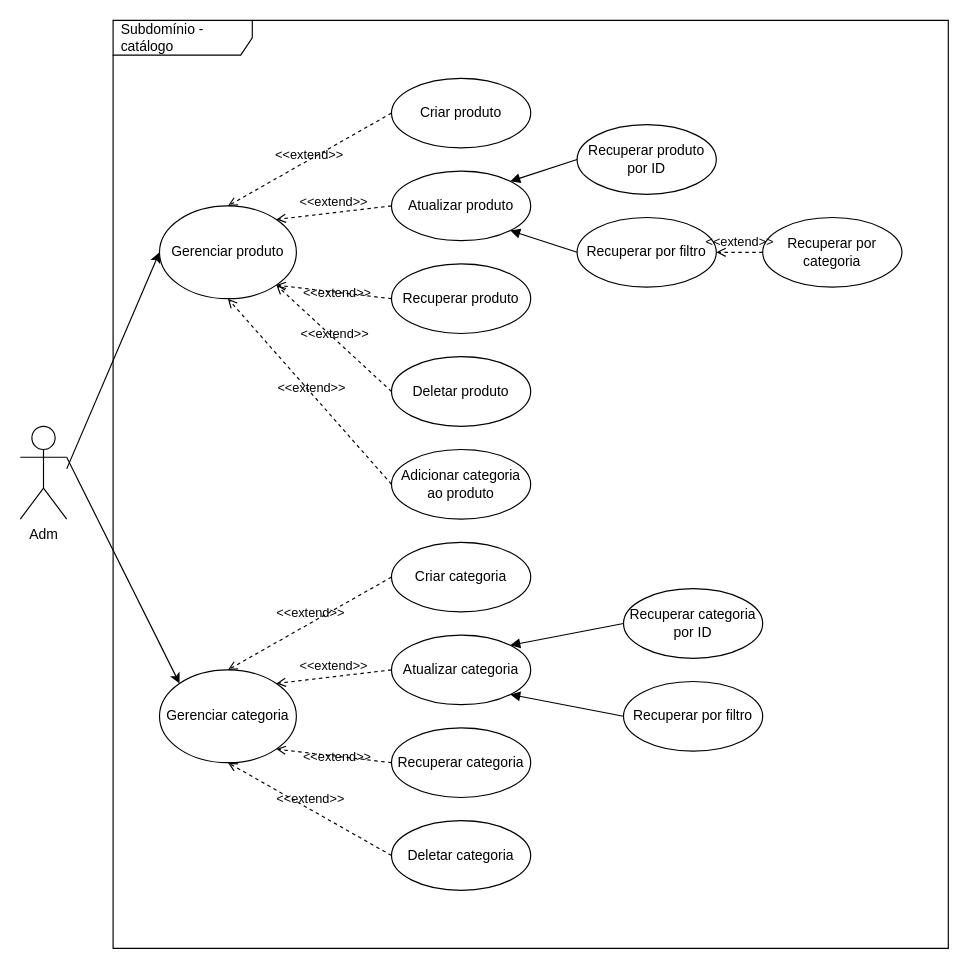
The draw.io diagram page "Subdomínio - Catálogo" (2 of 2) of requirements/ecommerce-use-case.drawio in WerikJahel/ecommerce, before the edit. Source tidied: cells renumbered, new cells numbered last; positions are measured from the earlier drawing's top-left corner, leaving out a move shared by most shapes. Both pictures are drawn from the tidied source at 116%, with x=0, y=0 at pixel (20, 20).
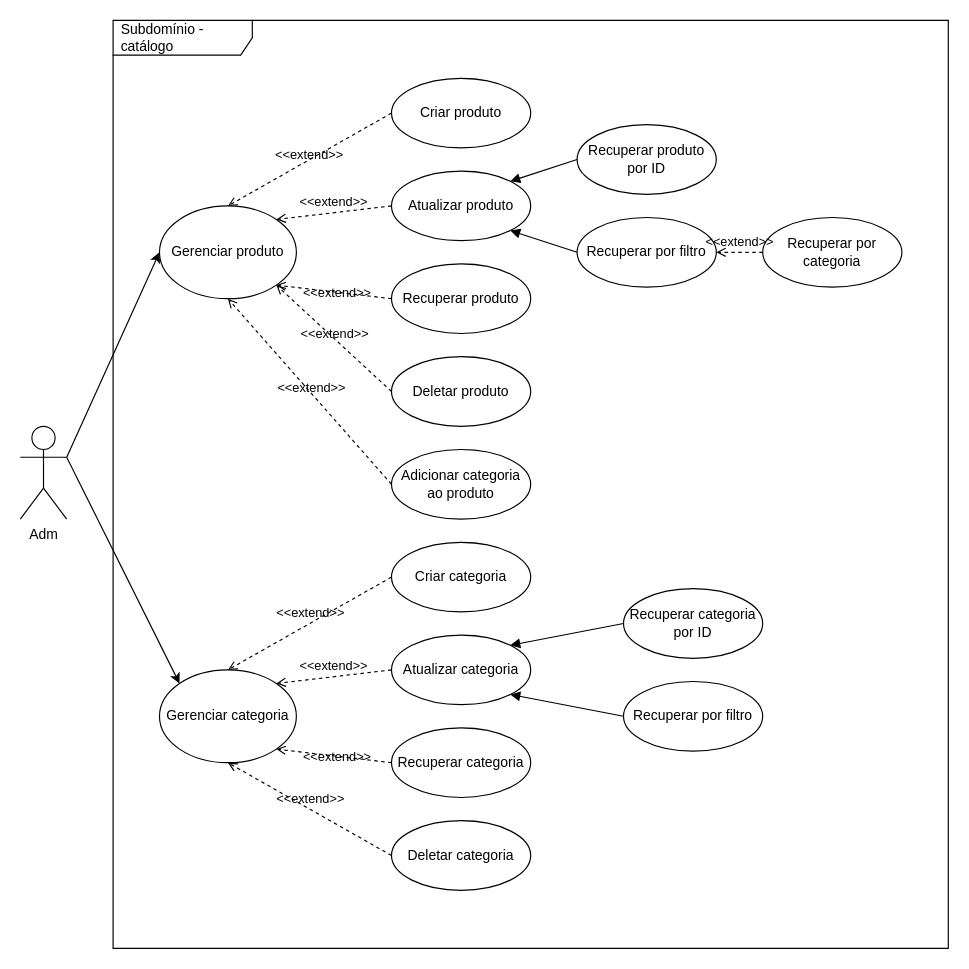
After the change.

Unchanged cells that the change refers to:
```xml
<mxCell id="18" value="Adm" style="shape=umlActor;verticalLabelPosition=bottom;verticalAlign=top;html=1;" parent="1" vertex="1">
  <mxGeometry y="350" width="40" height="80" as="geometry" />
</mxCell>
<mxCell id="19" value="Gerenciar produto" style="ellipse;whiteSpace=wrap;html=1;" parent="1" vertex="1">
  <mxGeometry x="120" y="160" width="118" height="80" as="geometry" />
</mxCell>
```

The edit, as a diff of the source:
```diff
@@
-    <mxCell id="17" style="edgeStyle=none;html=1;exitX=1;exitY=0.3333333333333333;exitDx=0;exitDy=0;exitPerimeter=0;entryX=0;entryY=0.5;entryDx=0;entryDy=0;" parent="1" edge="1" target="19">
-      <mxGeometry relative="1" as="geometry">
-        <mxPoint x="40" y="386.7" as="sourcePoint" />
-      </mxGeometry>
+    <mxCell id="17" style="edgeStyle=none;html=1;entryX=0;entryY=0.5;entryDx=0;entryDy=0;exitX=1;exitY=0.3333333333333333;exitDx=0;exitDy=0;exitPerimeter=0;" parent="1" edge="1" source="18" target="19">
+      <mxGeometry relative="1" as="geometry" />
     </mxCell>
```
